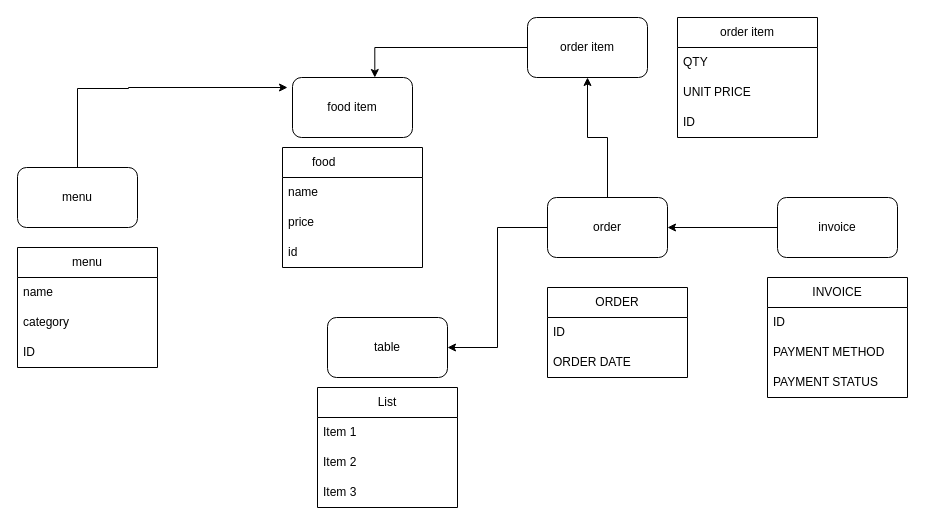
madhupavan-oss/Go-Madhu keeps this draw.io diagram as Untitled Diagram.drawio. Above is the earlier version. Source tidied: cells renumbered, new cells numbered last; positions are measured from the earlier drawing's top-left corner, leaving out a move shared by most shapes. Both pictures are drawn from the tidied source at 100%, with x=0, y=0 at pixel (17, 17).
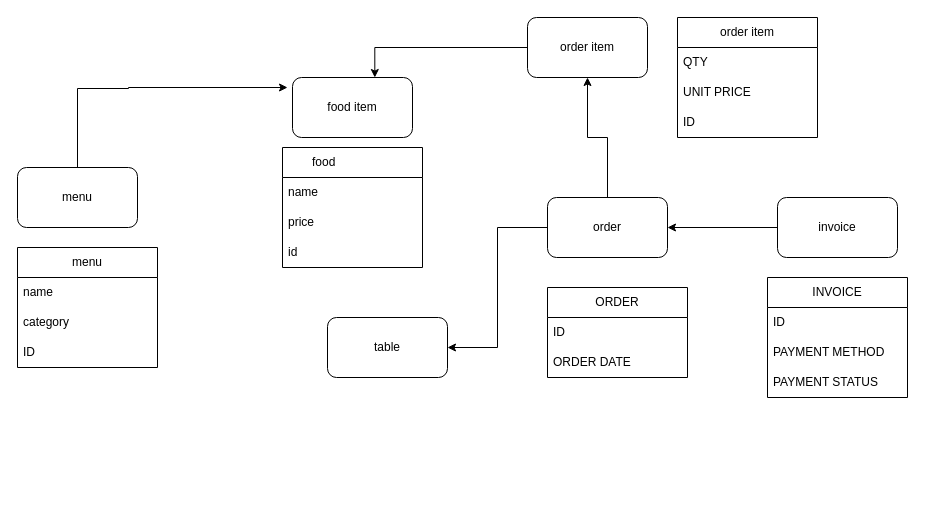
The same diagram, later.

Diff of the diagram source:
```diff
@@
-    <mxCell id="32" value="List" style="swimlane;fontStyle=0;horizontal=1;startSize=30;whiteSpace=wrap;html=1;" parent="1" vertex="1">
-      <mxGeometry x="300" y="370" width="140" height="120" as="geometry" />
-    </mxCell>
-    <mxCell id="33" value="Item 1" style="text;strokeColor=none;fillColor=none;align=left;verticalAlign=middle;spacingLeft=4;spacingRight=4;overflow=hidden;whiteSpace=wrap;html=1;" parent="32" vertex="1">
-      <mxGeometry y="30" width="140" height="30" as="geometry" />
-    </mxCell>
-    <mxCell id="34" value="Item 2" style="text;strokeColor=none;fillColor=none;align=left;verticalAlign=middle;spacingLeft=4;spacingRight=4;overflow=hidden;whiteSpace=wrap;html=1;" parent="32" vertex="1">
-      <mxGeometry y="60" width="140" height="30" as="geometry" />
-    </mxCell>
-    <mxCell id="35" value="Item 3" style="text;strokeColor=none;fillColor=none;align=left;verticalAlign=middle;spacingLeft=4;spacingRight=4;overflow=hidden;whiteSpace=wrap;html=1;" parent="32" vertex="1">
-      <mxGeometry y="90" width="140" height="30" as="geometry" />
-    </mxCell>
```
